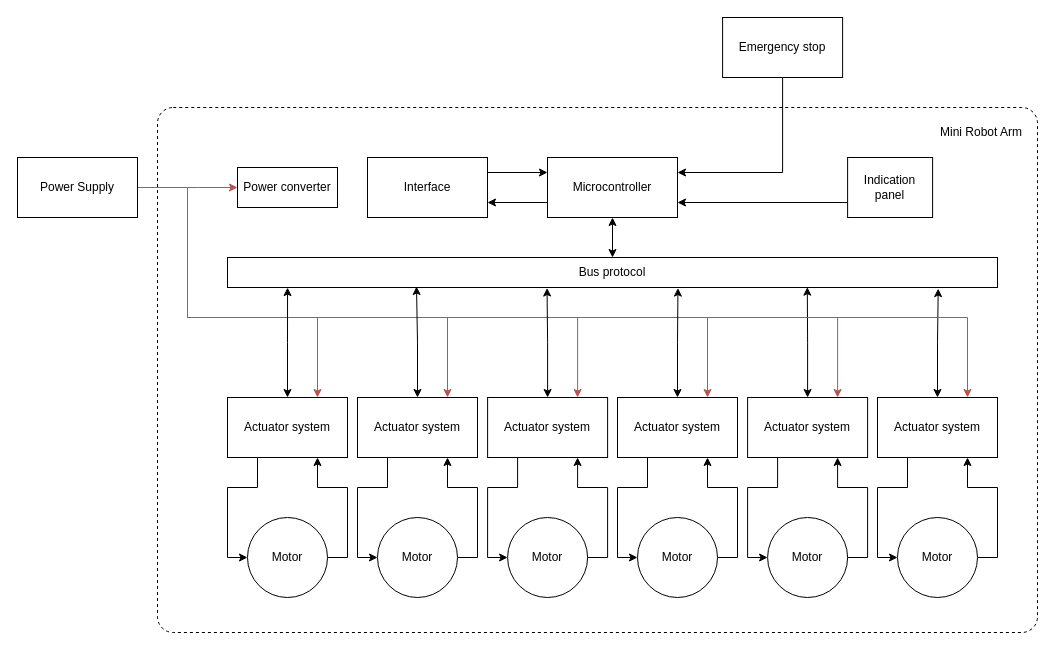
The draw.io diagram Src/extra/Main control system.drawio in foxybbb/diploma-bachelor, before the edit. Source tidied: cells renumbered, new cells numbered last; positions are measured from the earlier drawing's top-left corner, leaving out a move shared by most shapes. Both pictures are drawn from the tidied source at 100%, with x=0, y=0 at pixel (17, 17).
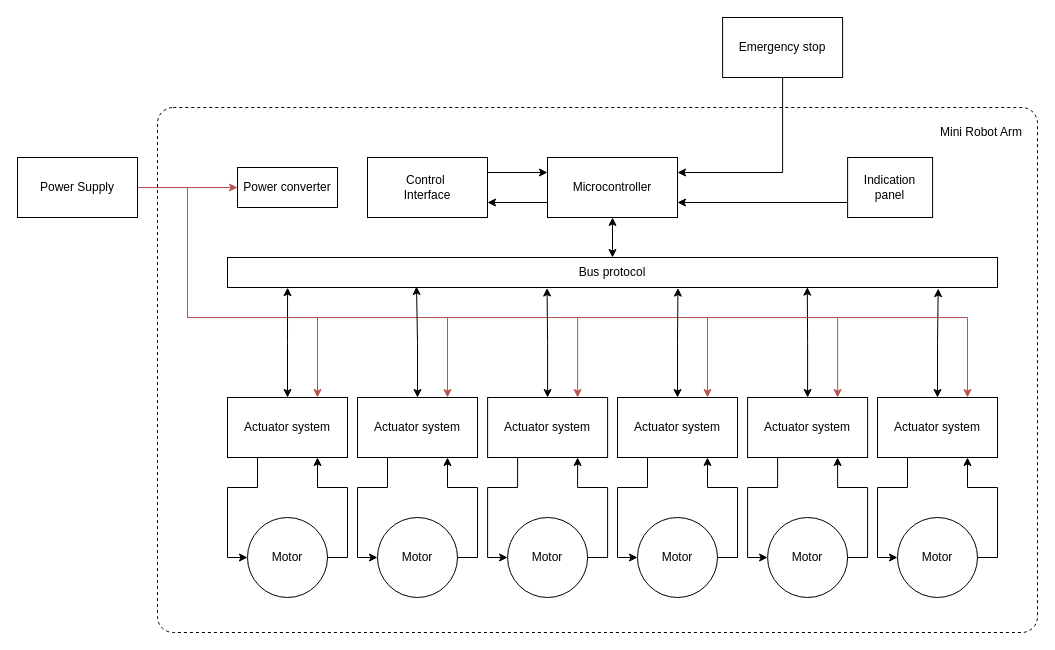
The same page after the edit.

Change to the diagram source:
```diff
@@
-    <mxCell id="10" value="Interface" style="rounded=0;whiteSpace=wrap;html=1;" parent="1" vertex="1">
+    <mxCell id="10" value="&lt;div&gt;Control&amp;nbsp;&lt;/div&gt;&lt;div&gt;Interface&lt;/div&gt;" style="rounded=0;whiteSpace=wrap;html=1;" parent="1" vertex="1">
       <mxGeometry x="350" y="140" width="120" height="60" as="geometry" />
     </mxCell>
```
